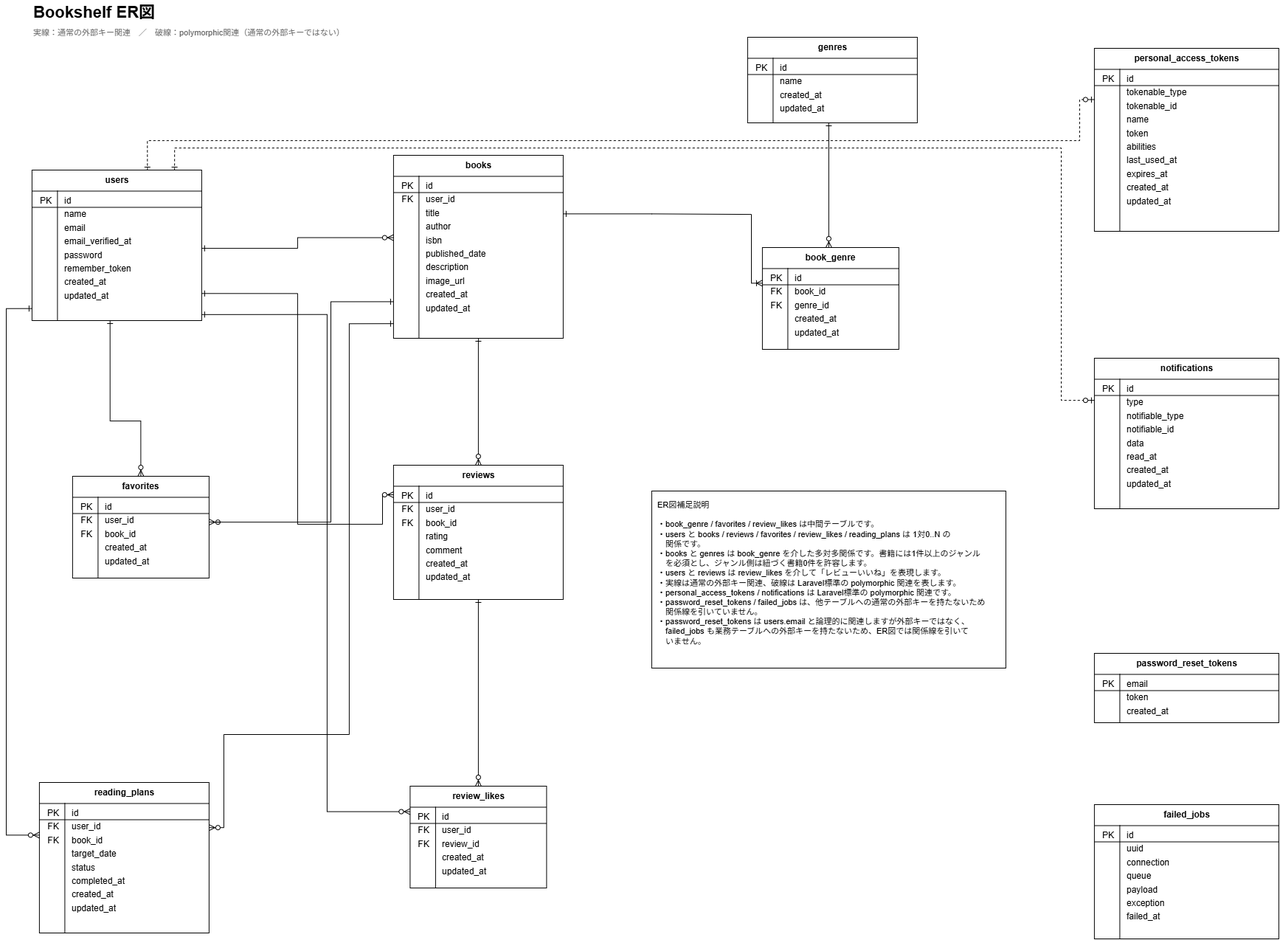
Before: bookshelf_er.drawio.png, a diagram exported from draw.io (Mussy649/bookshelf-app). Source tidied: cells renumbered, new cells last; positions are measured from the earlier drawing's top-left corner, leaving out a move shared by most shapes.
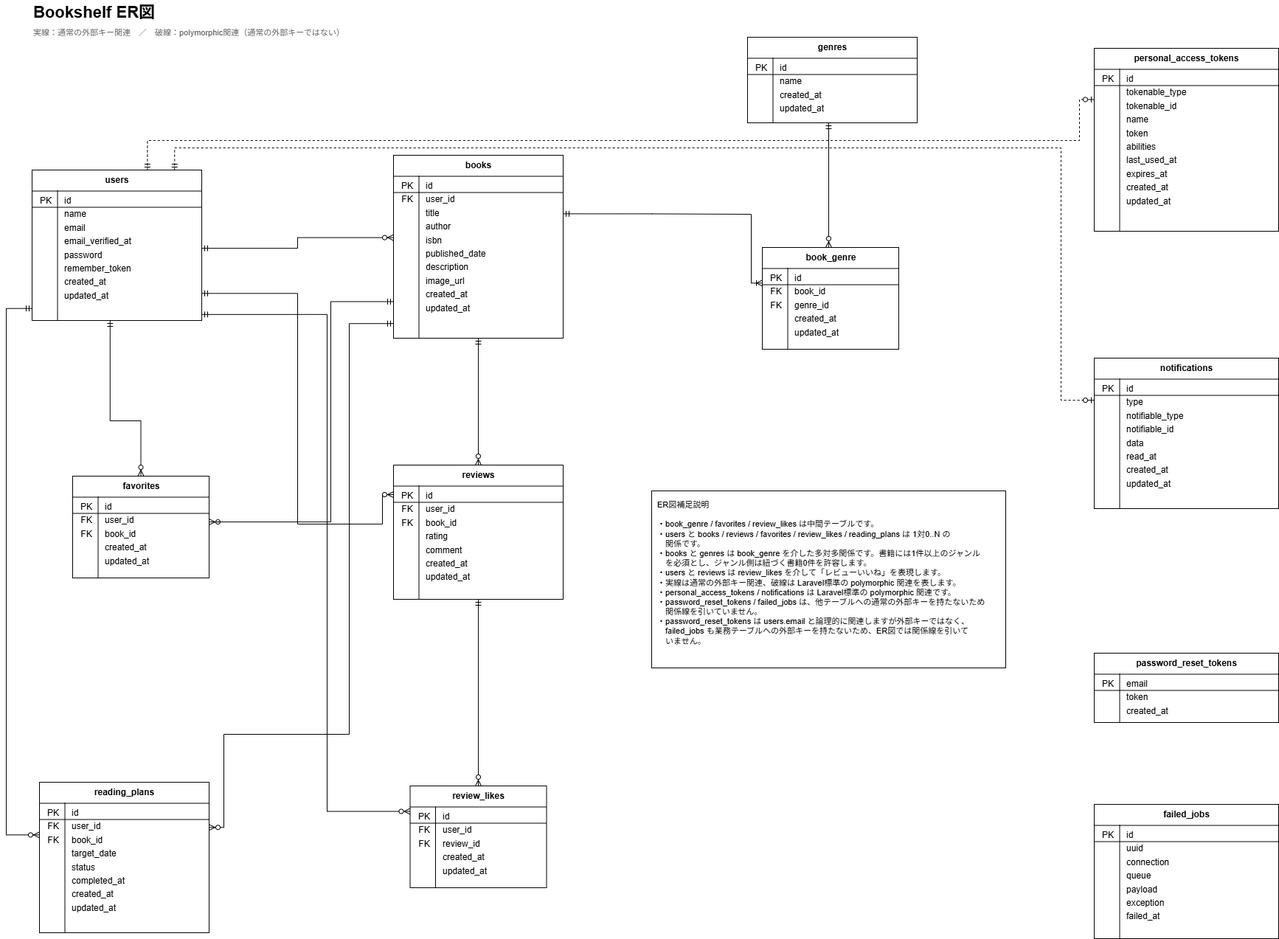
Above is the later version.

Change to the diagram source:
```diff
@@ -1,4 +1,4 @@
-<mxGraphModel>
+<mxGraphModel background="#ffffff">
   <root>
     <mxCell id="0" />
     <mxCell id="1" parent="0" />
@@ -257,10 +257,10 @@
     <mxCell id="86" value="Bookshelf ER図" style="text;html=1;align=left;verticalAlign=middle;fontSize=22;fontStyle=1;" parent="1" vertex="1">
       <mxGeometry x="35" width="480" height="34" as="geometry" />
     </mxCell>
-    <mxCell id="87" style="edgeStyle=orthogonalEdgeStyle;rounded=0;jettySize=auto;html=1;startArrow=ERone;startFill=0;endArrow=ERzeroToMany;endFill=0;strokeWidth=1;exitX=1;exitY=0.52;exitDx=0;exitDy=0;entryX=0;entryY=0.45;entryDx=0;entryDy=0;sourcePerimeterSpacing=6;targetPerimeterSpacing=6;" parent="1" edge="1" source="2" target="9">
+    <mxCell id="87" style="edgeStyle=orthogonalEdgeStyle;rounded=0;jettySize=auto;html=1;startArrow=ERmandOne;startFill=0;endArrow=ERzeroToMany;endFill=0;strokeWidth=1;exitX=1;exitY=0.52;exitDx=0;exitDy=0;entryX=0;entryY=0.45;entryDx=0;entryDy=0;sourcePerimeterSpacing=6;targetPerimeterSpacing=6;" parent="1" edge="1" source="2" target="9">
       <mxGeometry relative="1" as="geometry" />
     </mxCell>
-    <mxCell id="88" style="edgeStyle=orthogonalEdgeStyle;rounded=0;jettySize=auto;html=1;startArrow=ERone;startFill=0;endArrow=ERzeroToMany;endFill=0;strokeWidth=1;exitX=0.46;exitY=1;exitDx=0;exitDy=0;entryX=0.5;entryY=0;entryDx=0;entryDy=0;sourcePerimeterSpacing=6;targetPerimeterSpacing=6;" parent="1" edge="1" source="2" target="37">
+    <mxCell id="88" style="edgeStyle=orthogonalEdgeStyle;rounded=0;jettySize=auto;html=1;startArrow=ERmandOne;startFill=0;endArrow=ERzeroToMany;endFill=0;strokeWidth=1;exitX=0.46;exitY=1;exitDx=0;exitDy=0;entryX=0.5;entryY=0;entryDx=0;entryDy=0;sourcePerimeterSpacing=6;targetPerimeterSpacing=6;" parent="1" edge="1" source="2" target="37">
       <mxGeometry relative="1" as="geometry">
         <Array as="points">
           <mxPoint x="140.8" y="570" />
@@ -268,7 +268,7 @@
         </Array>
       </mxGeometry>
     </mxCell>
-    <mxCell id="89" style="edgeStyle=orthogonalEdgeStyle;rounded=0;jettySize=auto;html=1;startArrow=ERone;startFill=0;endArrow=ERzeroToMany;endFill=0;strokeWidth=1;exitX=1;exitY=0.82;exitDx=0;exitDy=0;entryX=0;entryY=0.22;entryDx=0;entryDy=0;sourcePerimeterSpacing=6;targetPerimeterSpacing=6;" parent="1" edge="1" source="2" target="30">
+    <mxCell id="89" style="edgeStyle=orthogonalEdgeStyle;rounded=0;jettySize=auto;html=1;startArrow=ERmandOne;startFill=0;endArrow=ERzeroToMany;endFill=0;strokeWidth=1;exitX=1;exitY=0.82;exitDx=0;exitDy=0;entryX=0;entryY=0.22;entryDx=0;entryDy=0;sourcePerimeterSpacing=6;targetPerimeterSpacing=6;" parent="1" edge="1" source="2" target="30">
       <mxGeometry relative="1" as="geometry">
         <Array as="points">
           <mxPoint x="395" y="397.3" />
@@ -277,7 +277,7 @@
         </Array>
       </mxGeometry>
     </mxCell>
-    <mxCell id="90" style="edgeStyle=orthogonalEdgeStyle;rounded=0;jettySize=auto;html=1;startArrow=ERone;startFill=0;endArrow=ERzeroToMany;endFill=0;strokeWidth=1;exitX=0;exitY=0.92;exitDx=0;exitDy=0;entryX=0;entryY=0.35;entryDx=0;entryDy=0;sourcePerimeterSpacing=6;targetPerimeterSpacing=6;" parent="1" edge="1" source="2" target="51">
+    <mxCell id="90" style="edgeStyle=orthogonalEdgeStyle;rounded=0;jettySize=auto;html=1;startArrow=ERmandOne;startFill=0;endArrow=ERzeroToMany;endFill=0;strokeWidth=1;exitX=0;exitY=0.92;exitDx=0;exitDy=0;entryX=0;entryY=0.35;entryDx=0;entryDy=0;sourcePerimeterSpacing=6;targetPerimeterSpacing=6;" parent="1" edge="1" source="2" target="51">
       <mxGeometry relative="1" as="geometry">
         <Array as="points">
           <mxPoint y="417.7" />
@@ -286,7 +286,7 @@
         </Array>
       </mxGeometry>
     </mxCell>
-    <mxCell id="91" style="edgeStyle=orthogonalEdgeStyle;rounded=0;jettySize=auto;html=1;startArrow=ERone;startFill=0;endArrow=ERzeroToMany;endFill=0;strokeWidth=1;exitX=1;exitY=0.96;exitDx=0;exitDy=0;entryX=0;entryY=0.25;entryDx=0;entryDy=0;sourcePerimeterSpacing=6;targetPerimeterSpacing=6;" parent="1" edge="1" source="2" target="44">
+    <mxCell id="91" style="edgeStyle=orthogonalEdgeStyle;rounded=0;jettySize=auto;html=1;startArrow=ERmandOne;startFill=0;endArrow=ERzeroToMany;endFill=0;strokeWidth=1;exitX=1;exitY=0.96;exitDx=0;exitDy=0;entryX=0;entryY=0.25;entryDx=0;entryDy=0;sourcePerimeterSpacing=6;targetPerimeterSpacing=6;" parent="1" edge="1" source="2" target="44">
       <mxGeometry relative="1" as="geometry">
         <Array as="points">
           <mxPoint x="435" y="425.8" />
@@ -295,10 +295,10 @@
         </Array>
       </mxGeometry>
     </mxCell>
-    <mxCell id="92" style="edgeStyle=orthogonalEdgeStyle;rounded=0;jettySize=auto;html=1;startArrow=ERone;startFill=0;endArrow=ERzeroToMany;endFill=0;strokeWidth=1;exitX=0.5;exitY=1;exitDx=0;exitDy=0;entryX=0.5;entryY=0;entryDx=0;entryDy=0;sourcePerimeterSpacing=6;targetPerimeterSpacing=6;" parent="1" edge="1" source="9" target="30">
+    <mxCell id="92" style="edgeStyle=orthogonalEdgeStyle;rounded=0;jettySize=auto;html=1;startArrow=ERmandOne;startFill=0;endArrow=ERzeroToMany;endFill=0;strokeWidth=1;exitX=0.5;exitY=1;exitDx=0;exitDy=0;entryX=0.5;entryY=0;entryDx=0;entryDy=0;sourcePerimeterSpacing=6;targetPerimeterSpacing=6;" parent="1" edge="1" source="9" target="30">
       <mxGeometry relative="1" as="geometry" />
     </mxCell>
-    <mxCell id="93" style="edgeStyle=orthogonalEdgeStyle;rounded=0;jettySize=auto;html=1;startArrow=ERone;startFill=0;endArrow=ERoneToMany;endFill=0;strokeWidth=1;exitX=1;exitY=0.32;exitDx=0;exitDy=0;entryX=0;entryY=0.35;entryDx=0;entryDy=0;sourcePerimeterSpacing=6;targetPerimeterSpacing=6;" parent="1" edge="1" source="9" target="23">
+    <mxCell id="93" style="edgeStyle=orthogonalEdgeStyle;rounded=0;jettySize=auto;html=1;startArrow=ERmandOne;startFill=0;endArrow=ERoneToMany;endFill=0;strokeWidth=1;exitX=1;exitY=0.32;exitDx=0;exitDy=0;entryX=0;entryY=0.35;entryDx=0;entryDy=0;sourcePerimeterSpacing=6;targetPerimeterSpacing=6;" parent="1" edge="1" source="9" target="23">
       <mxGeometry relative="1" as="geometry">
         <Array as="points">
           <mxPoint x="875" y="290" />
@@ -307,10 +307,10 @@
         </Array>
       </mxGeometry>
     </mxCell>
-    <mxCell id="94" style="edgeStyle=orthogonalEdgeStyle;rounded=0;jettySize=auto;html=1;startArrow=ERone;startFill=0;endArrow=ERzeroToMany;endFill=0;strokeWidth=1;exitX=0.4782608695652174;exitY=1;exitDx=0;exitDy=0;entryX=0.4864864864864865;entryY=0;entryDx=0;entryDy=0;sourcePerimeterSpacing=6;targetPerimeterSpacing=6;" parent="1" edge="1" source="16" target="23">
+    <mxCell id="94" style="edgeStyle=orthogonalEdgeStyle;rounded=0;jettySize=auto;html=1;startArrow=ERmandOne;startFill=0;endArrow=ERzeroToMany;endFill=0;strokeWidth=1;exitX=0.4782608695652174;exitY=1;exitDx=0;exitDy=0;entryX=0.4864864864864865;entryY=0;entryDx=0;entryDy=0;sourcePerimeterSpacing=6;targetPerimeterSpacing=6;" parent="1" edge="1" source="16" target="23">
       <mxGeometry relative="1" as="geometry" />
     </mxCell>
-    <mxCell id="95" style="edgeStyle=orthogonalEdgeStyle;rounded=0;jettySize=auto;html=1;startArrow=ERone;startFill=0;endArrow=ERzeroToMany;endFill=0;strokeWidth=1;exitX=0;exitY=0.8;exitDx=0;exitDy=0;entryX=1;entryY=0.45;entryDx=0;entryDy=0;sourcePerimeterSpacing=6;targetPerimeterSpacing=6;" parent="1" edge="1" source="9" target="37">
+    <mxCell id="95" style="edgeStyle=orthogonalEdgeStyle;rounded=0;jettySize=auto;html=1;startArrow=ERmandOne;startFill=0;endArrow=ERzeroToMany;endFill=0;strokeWidth=1;exitX=0;exitY=0.8;exitDx=0;exitDy=0;entryX=1;entryY=0.45;entryDx=0;entryDy=0;sourcePerimeterSpacing=6;targetPerimeterSpacing=6;" parent="1" edge="1" source="9" target="37">
       <mxGeometry relative="1" as="geometry">
         <Array as="points">
           <mxPoint x="440" y="408.4" />
@@ -319,7 +319,7 @@
         </Array>
       </mxGeometry>
     </mxCell>
-    <mxCell id="96" style="edgeStyle=orthogonalEdgeStyle;rounded=0;jettySize=auto;html=1;startArrow=ERone;startFill=0;endArrow=ERzeroToMany;endFill=0;strokeWidth=1;exitX=0;exitY=0.92;exitDx=0;exitDy=0;entryX=1;entryY=0.3;entryDx=0;entryDy=0;sourcePerimeterSpacing=6;targetPerimeterSpacing=6;" parent="1" edge="1" source="9" target="51">
+    <mxCell id="96" style="edgeStyle=orthogonalEdgeStyle;rounded=0;jettySize=auto;html=1;startArrow=ERmandOne;startFill=0;endArrow=ERzeroToMany;endFill=0;strokeWidth=1;exitX=0;exitY=0.92;exitDx=0;exitDy=0;entryX=1;entryY=0.3;entryDx=0;entryDy=0;sourcePerimeterSpacing=6;targetPerimeterSpacing=6;" parent="1" edge="1" source="9" target="51">
       <mxGeometry relative="1" as="geometry">
         <Array as="points">
           <mxPoint x="465" y="438.2" />
@@ -329,10 +329,10 @@
         </Array>
       </mxGeometry>
     </mxCell>
-    <mxCell id="97" style="edgeStyle=orthogonalEdgeStyle;rounded=0;jettySize=auto;html=1;startArrow=ERone;startFill=0;endArrow=ERzeroToMany;endFill=0;strokeWidth=1;exitX=0.5;exitY=1;exitDx=0;exitDy=0;entryX=0.5;entryY=0;entryDx=0;entryDy=0;sourcePerimeterSpacing=6;targetPerimeterSpacing=6;" parent="1" edge="1" source="30" target="44">
+    <mxCell id="97" style="edgeStyle=orthogonalEdgeStyle;rounded=0;jettySize=auto;html=1;startArrow=ERmandOne;startFill=0;endArrow=ERzeroToMany;endFill=0;strokeWidth=1;exitX=0.5;exitY=1;exitDx=0;exitDy=0;entryX=0.5;entryY=0;entryDx=0;entryDy=0;sourcePerimeterSpacing=6;targetPerimeterSpacing=6;" parent="1" edge="1" source="30" target="44">
       <mxGeometry relative="1" as="geometry" />
     </mxCell>
-    <mxCell id="98" style="edgeStyle=orthogonalEdgeStyle;rounded=0;jettySize=auto;html=1;startArrow=ERone;startFill=0;endArrow=ERzeroToOne;endFill=0;strokeWidth=1;exitX=0.68;exitY=0;exitDx=0;exitDy=0;entryX=0;entryY=0.28;entryDx=0;entryDy=0;dashed=1;sourcePerimeterSpacing=6;targetPerimeterSpacing=6;" parent="1" edge="1" source="2" target="58">
+    <mxCell id="98" style="edgeStyle=orthogonalEdgeStyle;rounded=0;jettySize=auto;html=1;startArrow=ERmandOne;startFill=0;endArrow=ERzeroToOne;endFill=0;strokeWidth=1;exitX=0.68;exitY=0;exitDx=0;exitDy=0;entryX=0;entryY=0.28;entryDx=0;entryDy=0;dashed=1;sourcePerimeterSpacing=6;targetPerimeterSpacing=6;" parent="1" edge="1" source="2" target="58">
       <mxGeometry relative="1" as="geometry">
         <Array as="points">
           <mxPoint x="191.4" y="190" />
@@ -341,7 +341,7 @@
         </Array>
       </mxGeometry>
     </mxCell>
-    <mxCell id="99" style="edgeStyle=orthogonalEdgeStyle;rounded=0;jettySize=auto;html=1;startArrow=ERone;startFill=0;endArrow=ERzeroToOne;endFill=0;strokeWidth=1;exitX=0.84;exitY=0;exitDx=0;exitDy=0;entryX=0;entryY=0.28;entryDx=0;entryDy=0;dashed=1;sourcePerimeterSpacing=6;targetPerimeterSpacing=6;" parent="1" edge="1" source="2" target="65">
+    <mxCell id="99" style="edgeStyle=orthogonalEdgeStyle;rounded=0;jettySize=auto;html=1;startArrow=ERmandOne;startFill=0;endArrow=ERzeroToOne;endFill=0;strokeWidth=1;exitX=0.84;exitY=0;exitDx=0;exitDy=0;entryX=0;entryY=0.28;entryDx=0;entryDy=0;dashed=1;sourcePerimeterSpacing=6;targetPerimeterSpacing=6;" parent="1" edge="1" source="2" target="65">
       <mxGeometry relative="1" as="geometry">
         <Array as="points">
           <mxPoint x="228.2" y="200" />
```
